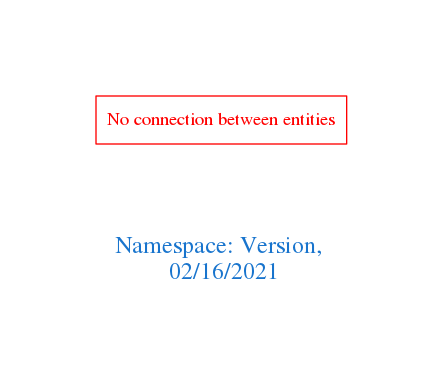
Before: downloads/Version.png, a diagram exported from Graphviz (arago/OGIT). Its source is kept beside it as downloads/Version.dot.
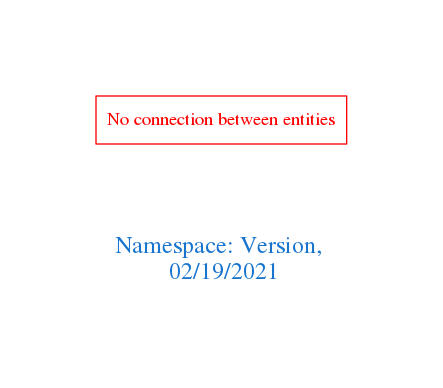
After the change.

Diff of the diagram source:
```diff
@@ -1,7 +1,7 @@
 digraph OGIT_ontology {
  graph [ rankdir= LR,pad=1
 fontsize = 18,
-fontcolor= dodgerblue3,label = "\n\n\nNamespace: Version, \n 02/16/2021"];
+fontcolor= dodgerblue3,label = "\n\n\nNamespace: Version, \n 02/19/2021"];
 node[shape=polygon];
 edge [  color="gray81"];
 
```
